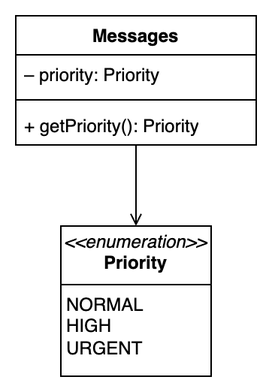
Before: images/uml-04.png, a diagram exported from draw.io (davecheng-tech/Random-Notes). Source tidied: cells renumbered, new cells last; positions are measured from the earlier drawing's top-left corner, leaving out a move shared by most shapes. The source it was exported from:
```xml
<mxGraphModel>
  <root>
    <mxCell id="0" />
    <mxCell id="1" parent="0" />
    <mxCell id="2" value="&lt;p style=&quot;margin:0px;margin-top:4px;text-align:center;&quot;&gt;&lt;i&gt;&amp;lt;&amp;lt;enumeration&amp;gt;&amp;gt;&lt;/i&gt;&lt;br&gt;&lt;b&gt;Priority&lt;/b&gt;&lt;/p&gt;&lt;hr size=&quot;1&quot; style=&quot;border-style:solid;&quot;&gt;&lt;p style=&quot;margin:0px;margin-left:4px;&quot;&gt;NORMAL&lt;/p&gt;&lt;p style=&quot;margin:0px;margin-left:4px;&quot;&gt;HIGH&lt;br&gt;URGENT&lt;/p&gt;" style="verticalAlign=top;align=left;overflow=fill;html=1;whiteSpace=wrap;" parent="1" vertex="1">
      <mxGeometry x="30" y="140" width="100" height="100" as="geometry" />
    </mxCell>
    <mxCell id="3" style="edgeStyle=orthogonalEdgeStyle;rounded=0;jettySize=auto;html=1;exitX=0.5;exitY=1;exitDx=0;exitDy=0;entryX=0.5;entryY=0;entryDx=0;entryDy=0;endArrow=open;endFill=0;" parent="1" edge="1" source="4" target="2">
      <mxGeometry relative="1" as="geometry" />
    </mxCell>
    <mxCell id="4" value="Messages" style="swimlane;fontStyle=1;align=center;verticalAlign=top;horizontal=1;startSize=26;whiteSpace=wrap;html=1;" parent="1" vertex="1">
      <mxGeometry width="160" height="86" as="geometry" />
    </mxCell>
    <mxCell id="5" value="– priority: Priority" style="text;strokeColor=none;fillColor=none;align=left;verticalAlign=top;spacingLeft=4;spacingRight=4;overflow=hidden;whiteSpace=wrap;html=1;" parent="4" vertex="1">
      <mxGeometry y="26" width="160" height="26" as="geometry" />
    </mxCell>
    <mxCell id="6" style="line;strokeWidth=1;fillColor=none;align=left;verticalAlign=middle;spacingTop=-1;spacingLeft=3;spacingRight=3;labelPosition=right;strokeColor=inherit;" parent="4" vertex="1">
      <mxGeometry y="52" width="160" height="8" as="geometry" />
    </mxCell>
    <mxCell id="7" value="+ getPriority(): Priority" style="text;strokeColor=none;fillColor=none;align=left;verticalAlign=top;spacingLeft=4;spacingRight=4;overflow=hidden;whiteSpace=wrap;html=1;" parent="4" vertex="1">
      <mxGeometry y="60" width="160" height="26" as="geometry" />
    </mxCell>
  </root>
</mxGraphModel>
```
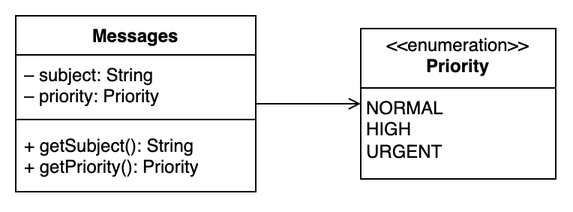
Later version of the same file.

The edit, as a diff of the source:
```diff
@@ -2,23 +2,23 @@
   <root>
     <mxCell id="0" />
     <mxCell id="1" parent="0" />
-    <mxCell id="2" value="&lt;p style=&quot;margin:0px;margin-top:4px;text-align:center;&quot;&gt;&lt;i&gt;&amp;lt;&amp;lt;enumeration&amp;gt;&amp;gt;&lt;/i&gt;&lt;br&gt;&lt;b&gt;Priority&lt;/b&gt;&lt;/p&gt;&lt;hr size=&quot;1&quot; style=&quot;border-style:solid;&quot;&gt;&lt;p style=&quot;margin:0px;margin-left:4px;&quot;&gt;NORMAL&lt;/p&gt;&lt;p style=&quot;margin:0px;margin-left:4px;&quot;&gt;HIGH&lt;br&gt;URGENT&lt;/p&gt;" style="verticalAlign=top;align=left;overflow=fill;html=1;whiteSpace=wrap;" parent="1" vertex="1">
-      <mxGeometry x="30" y="140" width="100" height="100" as="geometry" />
+    <mxCell id="2" value="&lt;p style=&quot;margin:0px;margin-top:4px;text-align:center;&quot;&gt;&amp;lt;&amp;lt;enumeration&amp;gt;&amp;gt;&lt;br&gt;&lt;b&gt;Priority&lt;/b&gt;&lt;/p&gt;&lt;hr size=&quot;1&quot; style=&quot;border-style:solid;&quot;&gt;&lt;p style=&quot;margin:0px;margin-left:4px;&quot;&gt;NORMAL&lt;/p&gt;&lt;p style=&quot;margin:0px;margin-left:4px;&quot;&gt;HIGH&lt;br&gt;URGENT&lt;/p&gt;" style="verticalAlign=top;align=left;overflow=fill;html=1;whiteSpace=wrap;" parent="1" vertex="1">
+      <mxGeometry x="-30" y="303.5" width="130" height="100" as="geometry" />
     </mxCell>
+    <mxCell id="4" value="Messages" style="swimlane;fontStyle=1;align=center;verticalAlign=top;horizontal=1;startSize=26;whiteSpace=wrap;html=1;" parent="1" vertex="1">
+      <mxGeometry x="-260" y="295" width="160" height="117" as="geometry" />
+    </mxCell>
+    <mxCell id="8" value="– subject: String&lt;div&gt;– priority: Priority&lt;/div&gt;" style="text;strokeColor=none;fillColor=none;align=left;verticalAlign=top;spacingLeft=4;spacingRight=4;overflow=hidden;whiteSpace=wrap;html=1;" parent="4" vertex="1">
+      <mxGeometry y="26" width="160" height="39" as="geometry" />
+    </mxCell>
+    <mxCell id="9" style="line;strokeWidth=1;fillColor=none;align=left;verticalAlign=middle;spacingTop=-1;spacingLeft=3;spacingRight=3;labelPosition=right;strokeColor=inherit;" parent="4" vertex="1">
+      <mxGeometry y="65" width="160" height="8" as="geometry" />
+    </mxCell>
+    <mxCell id="10" value="+ getSubject(): String&lt;div&gt;+ getPriority(): Priority&lt;/div&gt;" style="text;strokeColor=none;fillColor=none;align=left;verticalAlign=top;spacingLeft=4;spacingRight=4;overflow=hidden;whiteSpace=wrap;html=1;" parent="4" vertex="1">
+      <mxGeometry y="73" width="160" height="44" as="geometry" />
+    </mxCell>
-    <mxCell id="3" style="edgeStyle=orthogonalEdgeStyle;rounded=0;jettySize=auto;html=1;exitX=0.5;exitY=1;exitDx=0;exitDy=0;entryX=0.5;entryY=0;entryDx=0;entryDy=0;endArrow=open;endFill=0;" parent="1" edge="1" source="4" target="2">
+    <mxCell id="3" style="endArrow=open;html=1;rounded=0;endFill=0;" parent="1" edge="1" source="4" target="2">
       <mxGeometry relative="1" as="geometry" />
     </mxCell>
-    <mxCell id="4" value="Messages" style="swimlane;fontStyle=1;align=center;verticalAlign=top;horizontal=1;startSize=26;whiteSpace=wrap;html=1;" parent="1" vertex="1">
-      <mxGeometry width="160" height="86" as="geometry" />
-    </mxCell>
-    <mxCell id="5" value="– priority: Priority" style="text;strokeColor=none;fillColor=none;align=left;verticalAlign=top;spacingLeft=4;spacingRight=4;overflow=hidden;whiteSpace=wrap;html=1;" parent="4" vertex="1">
-      <mxGeometry y="26" width="160" height="26" as="geometry" />
-    </mxCell>
-    <mxCell id="6" style="line;strokeWidth=1;fillColor=none;align=left;verticalAlign=middle;spacingTop=-1;spacingLeft=3;spacingRight=3;labelPosition=right;strokeColor=inherit;" parent="4" vertex="1">
-      <mxGeometry y="52" width="160" height="8" as="geometry" />
-    </mxCell>
-    <mxCell id="7" value="+ getPriority(): Priority" style="text;strokeColor=none;fillColor=none;align=left;verticalAlign=top;spacingLeft=4;spacingRight=4;overflow=hidden;whiteSpace=wrap;html=1;" parent="4" vertex="1">
-      <mxGeometry y="60" width="160" height="26" as="geometry" />
-    </mxCell>
   </root>
 </mxGraphModel>
```
